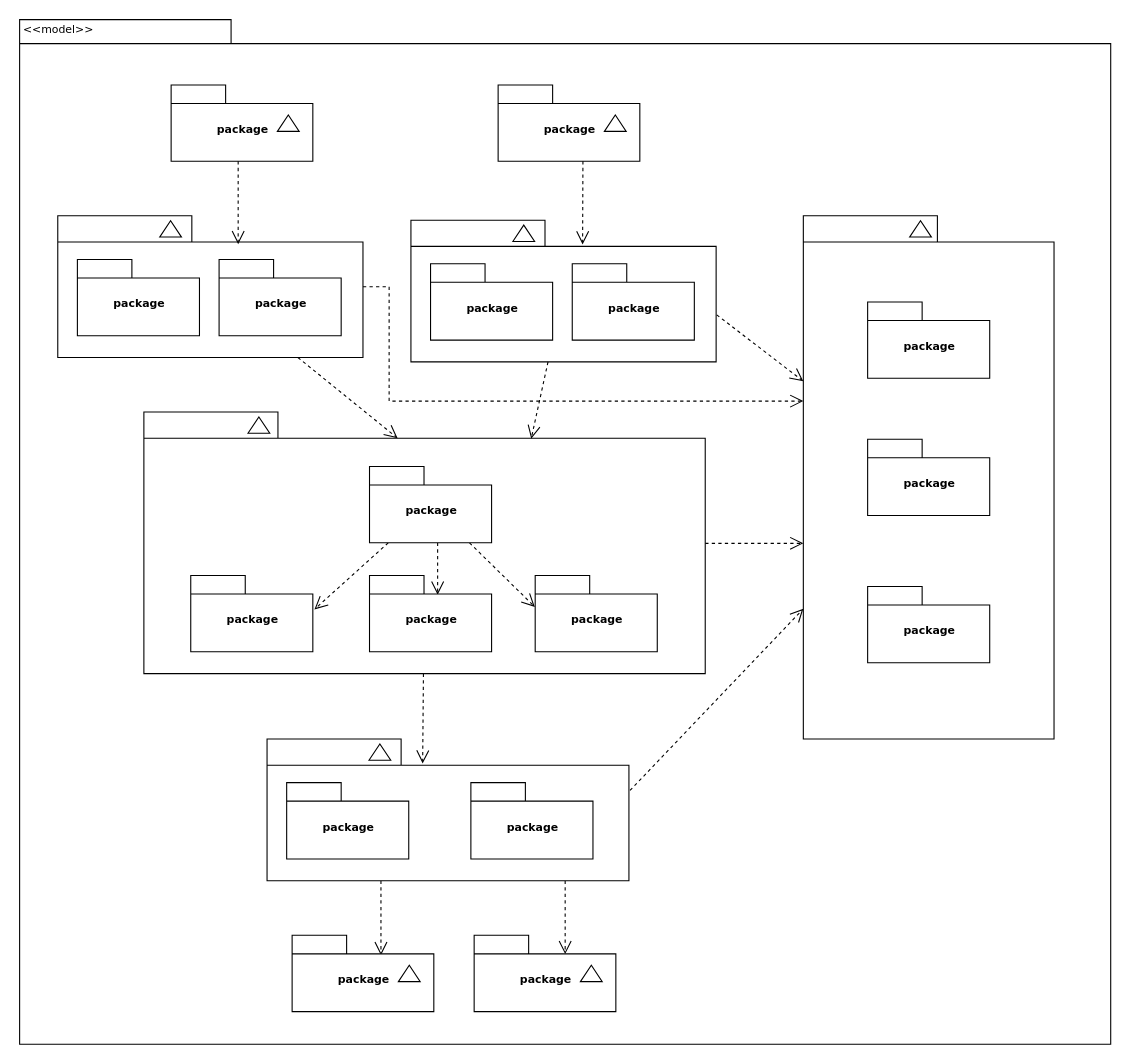
Before: Untitled Diagram.drawio in SaiyanGuo/blog, a draw.io diagram. Source tidied: cells renumbered, new cells numbered last; positions are measured from the earlier drawing's top-left corner, leaving out a move shared by most shapes. Both pictures are drawn from the tidied source at 109%, with x=0, y=0 at pixel (19, 19).
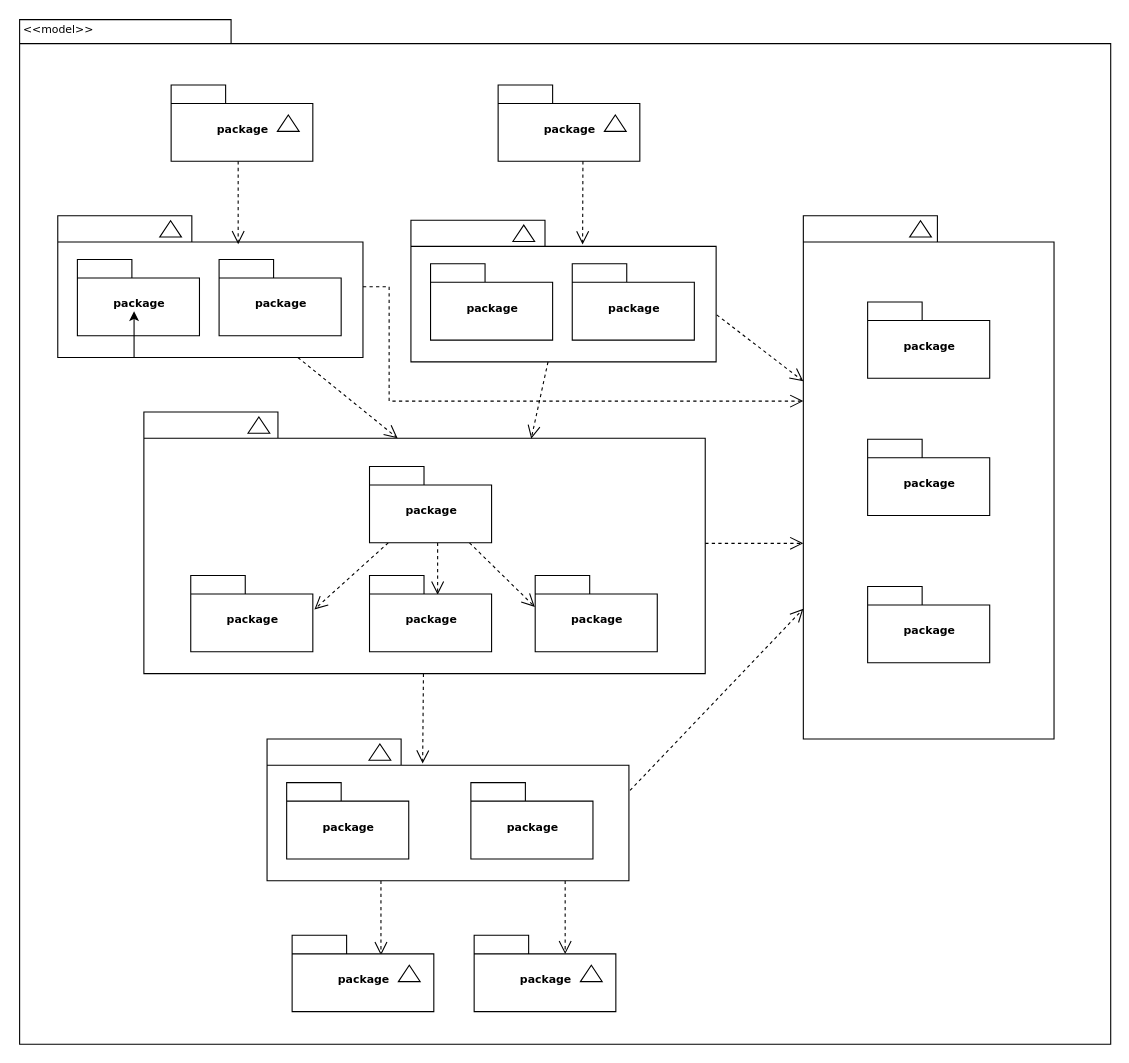
After the change.

The change refers to these unchanged cells:
```xml
<mxCell id="2" style="shape=folder;fontStyle=1;spacingTop=10;tabWidth=194;tabHeight=22;tabPosition=left;html=1;rounded=0;shadow=0;comic=0;labelBackgroundColor=none;strokeWidth=1;fillColor=none;fontFamily=Verdana;fontSize=10;align=center;" parent="1" vertex="1">
  <mxGeometry x="0.5" y="0.5" width="1001" height="940" as="geometry" />
</mxCell>
<mxCell id="10" style="shape=folder;fontStyle=1;spacingTop=10;tabWidth=123;tabHeight=24;tabPosition=left;html=1;rounded=0;shadow=0;comic=0;labelBackgroundColor=none;strokeWidth=1;fontFamily=Verdana;fontSize=10;align=center;" parent="9" vertex="1">
  <mxGeometry width="280" height="130" as="geometry" />
</mxCell>
```

What changed in the source:
```diff
@@
+    <mxCell id="57" style="edgeStyle=orthogonalEdgeStyle;rounded=0;jettySize=auto;html=1;exitX=0.25;exitY=1;exitDx=0;exitDy=0;exitPerimeter=0;" parent="1" edge="1" source="10" target="2">
+      <mxGeometry relative="1" as="geometry">
+        <Array as="points">
+          <mxPoint x="106" y="331" />
+          <mxPoint x="336" y="331" />
+          <mxPoint x="336" y="366" />
+          <mxPoint x="501" y="366" />
+        </Array>
+      </mxGeometry>
+    </mxCell>
```
